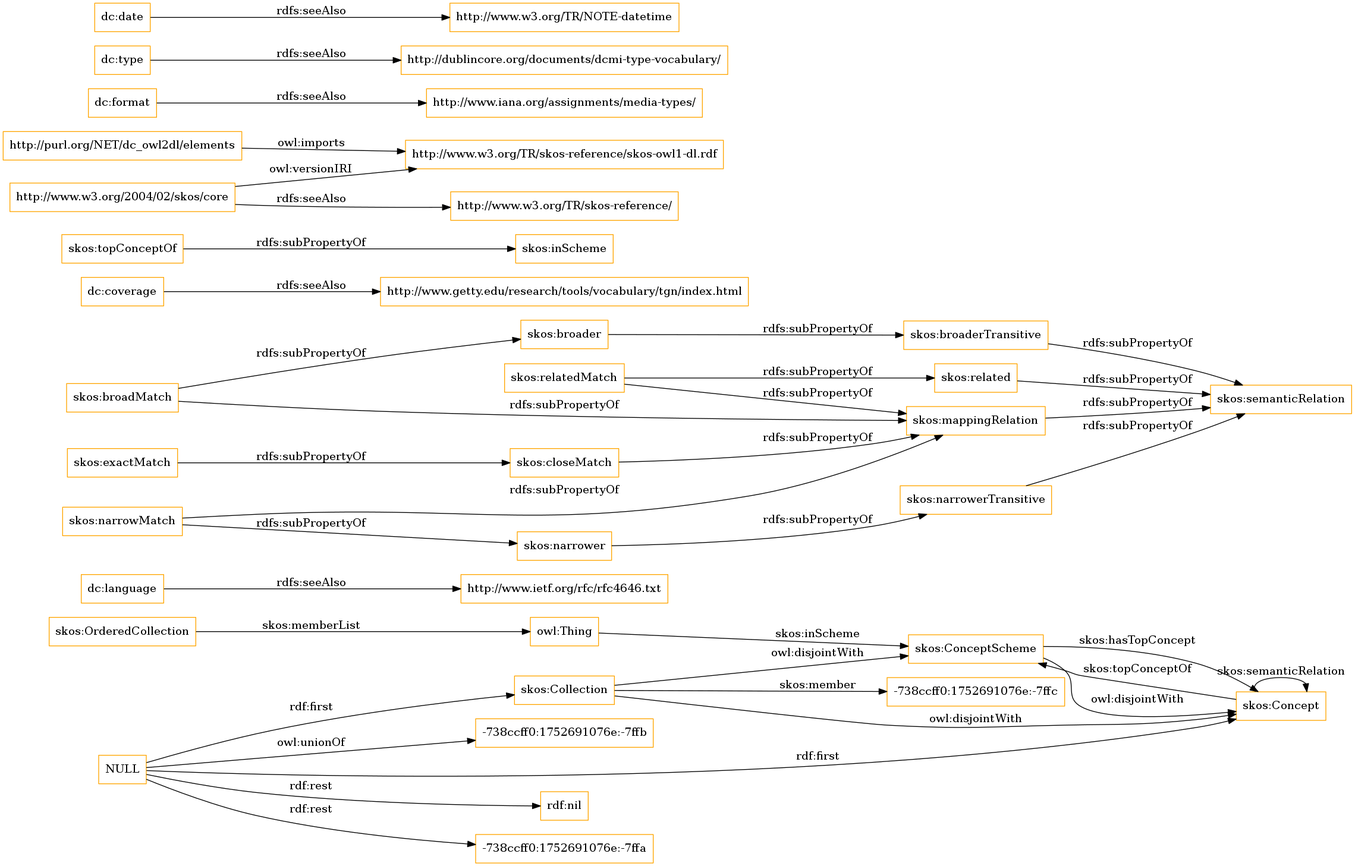
Above: OnToology/imports/elements.owl/diagrams/ar2dtool-class/elements.owl.png in OnToologyUser/core-ontology-1 (Graphviz), before the change. Its source is kept beside it as OnToology/imports/elements.owl/diagrams/ar2dtool-class/elements.owl.png.dot.
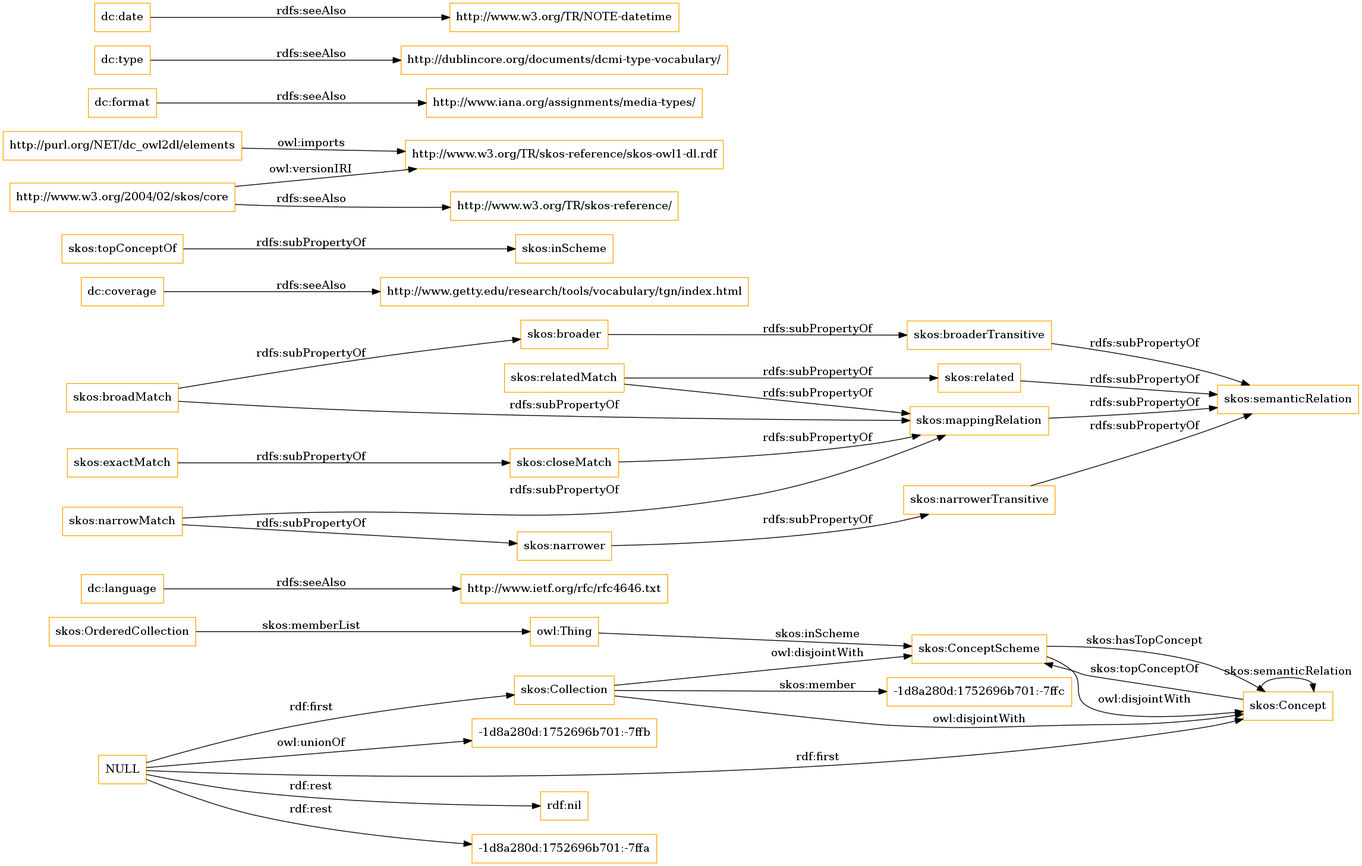
The same diagram one commit later.

The edit, as a diff of the source:
```diff
@@ -1,13 +1,13 @@
 digraph ar2dtool_diagram {
 rankdir=LR;
 size="1501"
-node [shape = rectangle, color="orange"]; "-738ccff0:1752691076e:-7ffc" "skos:OrderedCollection" "skos:Collection" "skos:ConceptScheme" "skos:Concept" ; /*classes style*/
+node [shape = rectangle, color="orange"]; "-1d8a280d:1752696b701:-7ffc" "skos:OrderedCollection" "skos:Collection" "skos:ConceptScheme" "skos:Concept" ; /*classes style*/
 	"dc:language" -> "http://www.ietf.org/rfc/rfc4646.txt" [ label = "rdfs:seeAlso" ];
 	"NULL" -> "rdf:nil" [ label = "rdf:rest" ];
 	"NULL" -> "skos:Collection" [ label = "rdf:first" ];
-	"NULL" -> "-738ccff0:1752691076e:-7ffa" [ label = "rdf:rest" ];
+	"NULL" -> "-1d8a280d:1752696b701:-7ffa" [ label = "rdf:rest" ];
 	"NULL" -> "skos:Concept" [ label = "rdf:first" ];
-	"NULL" -> "-738ccff0:1752691076e:-7ffb" [ label = "owl:unionOf" ];
+	"NULL" -> "-1d8a280d:1752696b701:-7ffb" [ label = "owl:unionOf" ];
 	"skos:closeMatch" -> "skos:mappingRelation" [ label = "rdfs:subPropertyOf" ];
 	"dc:coverage" -> "http://www.getty.edu/research/tools/vocabulary/tgn/index.html" [ label = "rdfs:seeAlso" ];
 	"skos:relatedMatch" -> "skos:related" [ label = "rdfs:subPropertyOf" ];
@@ -36,7 +36,7 @@
 	"skos:OrderedCollection" -> "owl:Thing" [ label = "skos:memberList" ];
 	"skos:Concept" -> "skos:ConceptScheme" [ label = "skos:topConceptOf" ];
 	"skos:Concept" -> "skos:Concept" [ label = "skos:semanticRelation" ];
-	"skos:Collection" -> "-738ccff0:1752691076e:-7ffc" [ label = "skos:member" ];
+	"skos:Collection" -> "-1d8a280d:1752696b701:-7ffc" [ label = "skos:member" ];
 	"skos:ConceptScheme" -> "skos:Concept" [ label = "skos:hasTopConcept" ];
 	"owl:Thing" -> "skos:ConceptScheme" [ label = "skos:inScheme" ];
 
```
